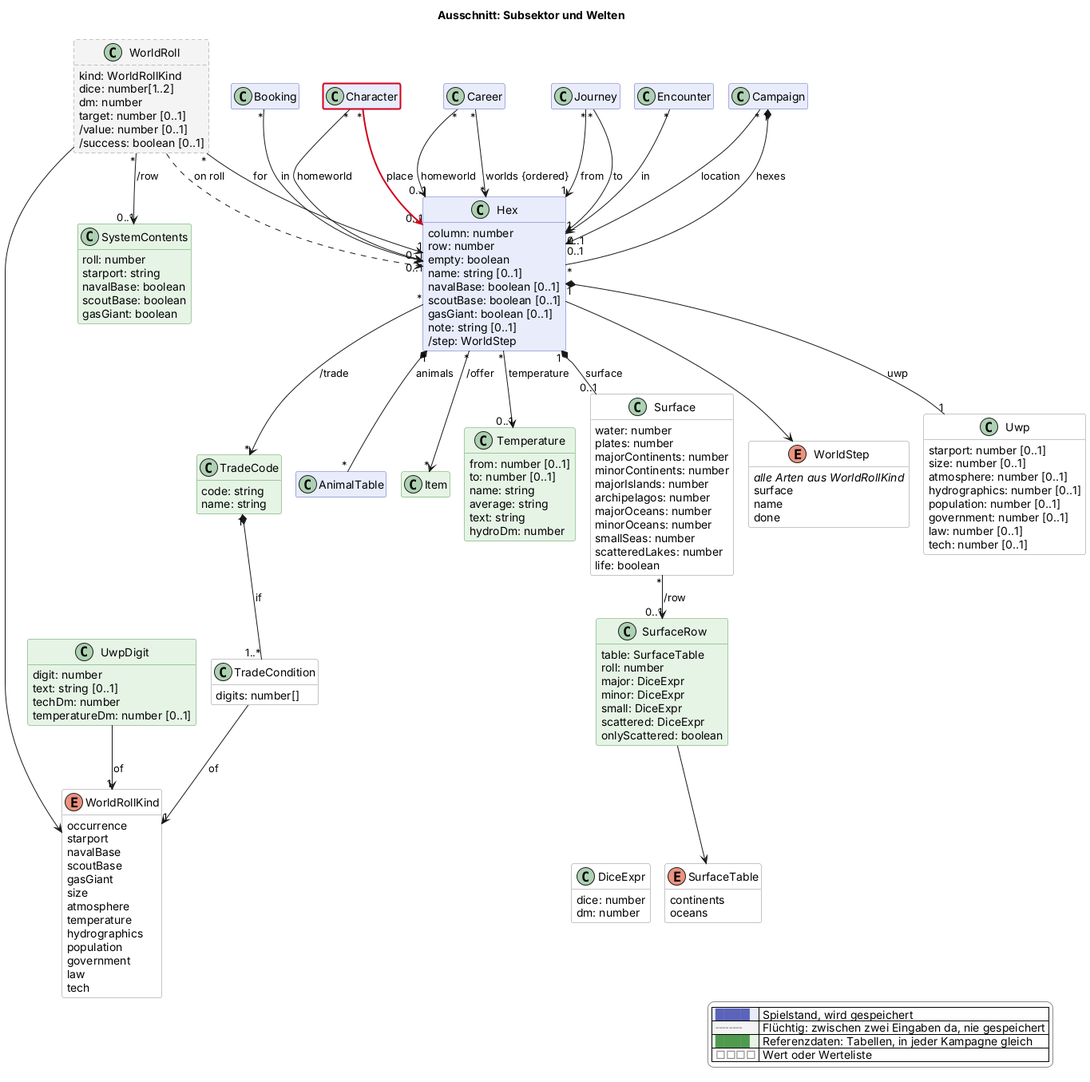
Earlier version of the PlantUML export docs/views/sektor.png (scuzzar/SRE).
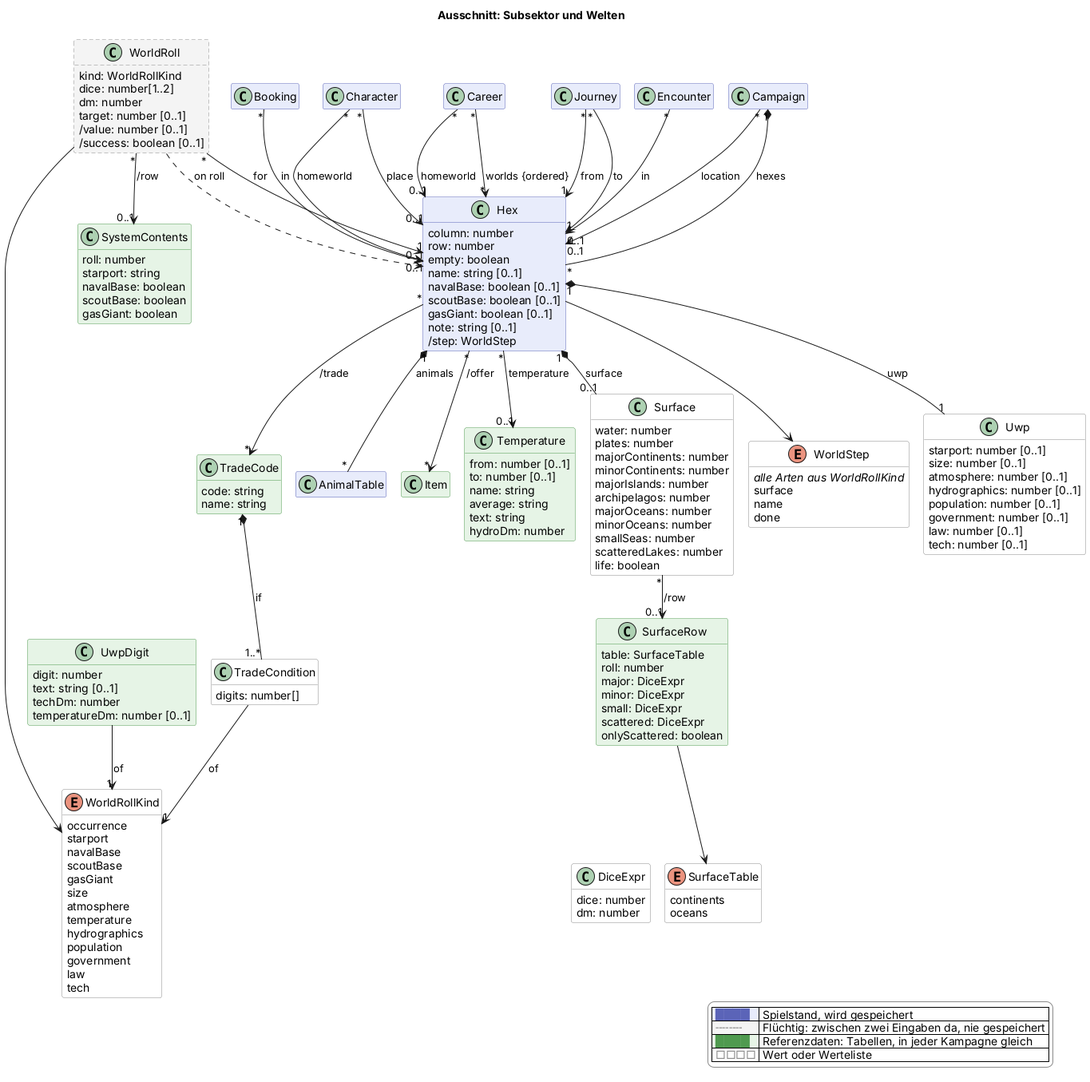
Above is the later version.

Diff of the diagram source:
```diff
@@ -198,7 +198,7 @@
 Career "*" --> "0..1" Hex : homeworld
 Career "*" --> "*" Hex : worlds {ordered}
 Character "*" --> "0..1" Hex : homeworld
-Character "*" -$newArrow("2026-11-14")-> "0..1" Hex : place
+Character "*" --> "0..1" Hex : place
 
 
 Campaign "1" *-- "*" Hex : hexes
@@ -235,5 +235,4 @@
   |<#e6f4e6> <color:#4f9a4f>████</color> | Referenzdaten: Tabellen, in jeder Kampagne gleich |
   |<#ffffff> <color:#8a8a8a>□□□□</color> | Wert oder Werteliste |
 endlegend
-class Character #line:d0021b;line.bold
 @enduml
```
